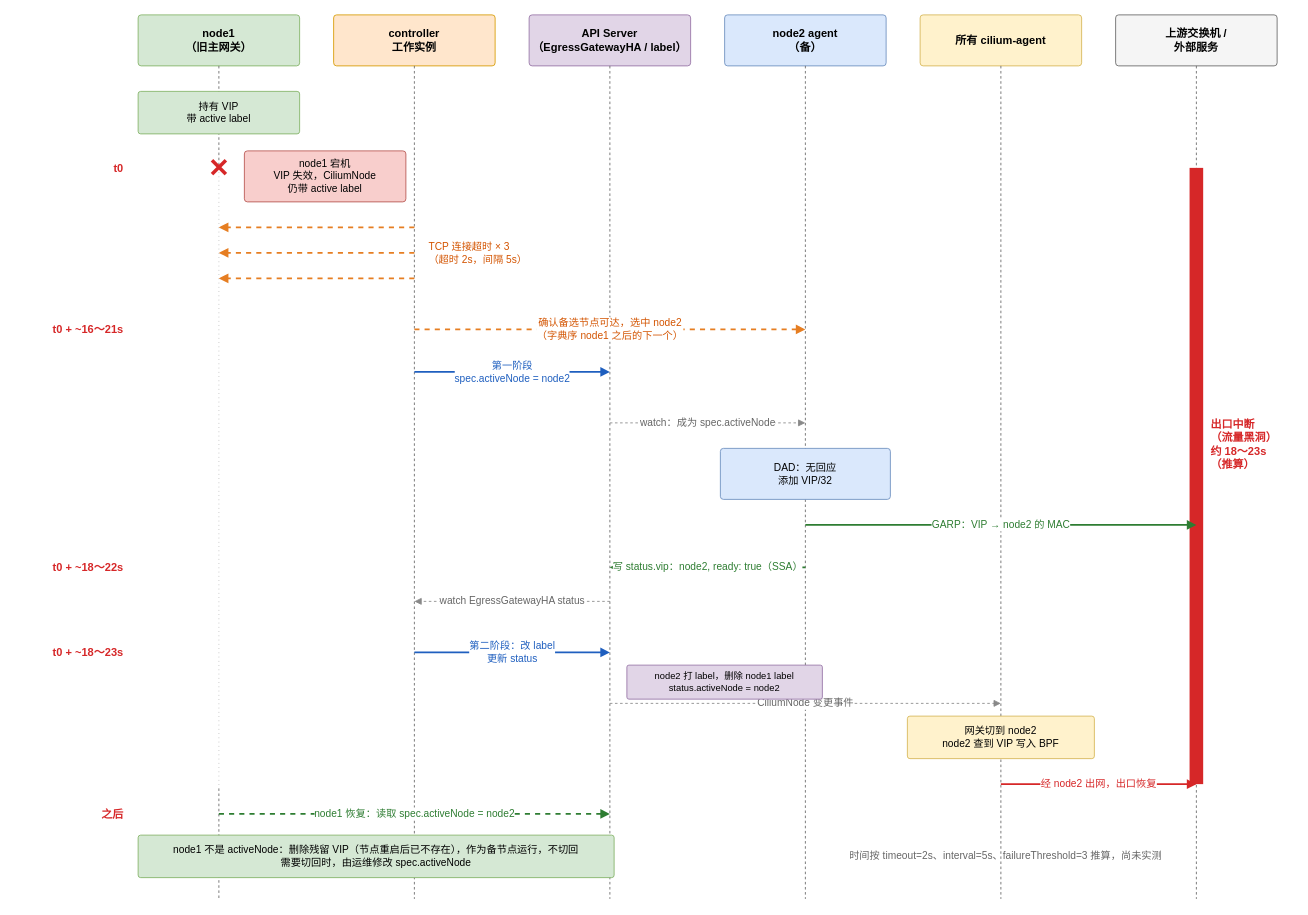
spidernet-io/cilium-egressgateway-ha keeps this draw.io diagram as docs/images/failover-sequence.drawio. Above is the earlier version. Source tidied: cells renumbered, new cells numbered last; positions are measured from the earlier drawing's top-left corner, leaving out a move shared by most shapes. Both pictures are drawn from the tidied source at 85%, with x=0, y=0 at pixel (14, 14).
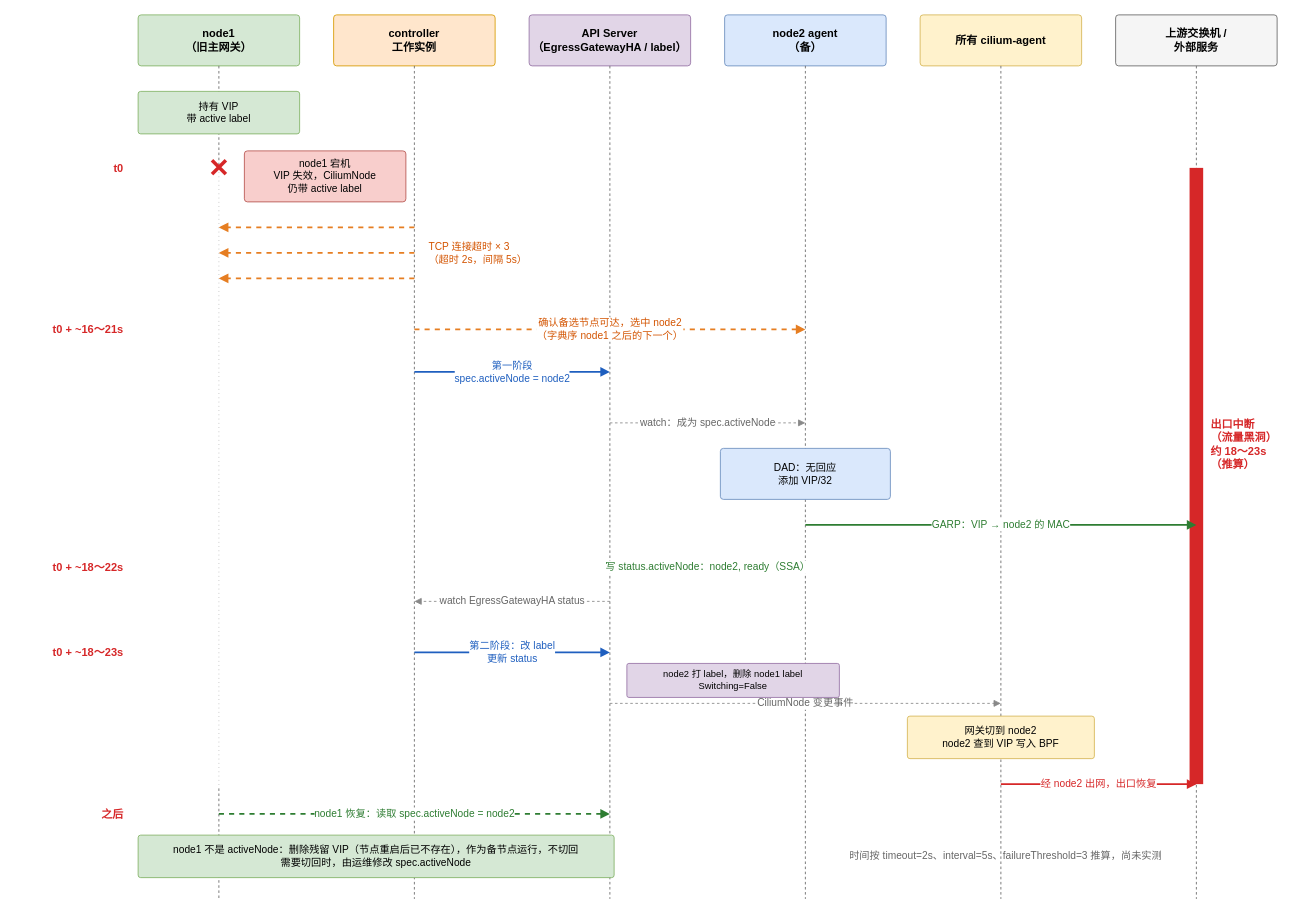
After the change.

The edit, as a diff of the source:
```diff
@@
-    <mxCell id="33" value="写 status.vip：node2, ready: true（SSA）" style="html=1;endArrow=block;endFill=1;fontSize=12;labelBackgroundColor=#ffffff;strokeColor=#2e7d32;strokeWidth=2;fontColor=#2e7d32;" parent="1" edge="1">
+    <mxCell id="33" value="写 status.activeNode：node2, ready（SSA）" style="html=1;endArrow=block;endFill=1;fontSize=12;labelBackgroundColor=#ffffff;strokeColor=#2e7d32;strokeWidth=2;fontColor=#2e7d32;" parent="1" edge="1">
       <mxGeometry relative="1" as="geometry">
         <mxPoint x="930" y="650" as="sourcePoint" />
         <mxPoint x="700" y="650" as="targetPoint" />
       </mxGeometry>
     </mxCell>
@@
-    <mxCell id="38" value="node2 打 label，删除 node1 label&lt;br&gt;status.activeNode = node2" style="rounded=1;whiteSpace=wrap;html=1;arcSize=6;fontSize=13;fillColor=#e1d5e7;strokeColor=#9673a6;fontSize=11;" parent="1" vertex="1">
-      <mxGeometry x="720" y="765" width="230" height="40" as="geometry" />
+    <mxCell id="38" value="node2 打 label，删除 node1 label&lt;br&gt;Switching=False" style="rounded=1;whiteSpace=wrap;html=1;arcSize=6;fontSize=13;fillColor=#e1d5e7;strokeColor=#9673a6;fontSize=11;" parent="1" vertex="1">
+      <mxGeometry x="720" y="763" width="250" height="40" as="geometry" />
     </mxCell>
```
